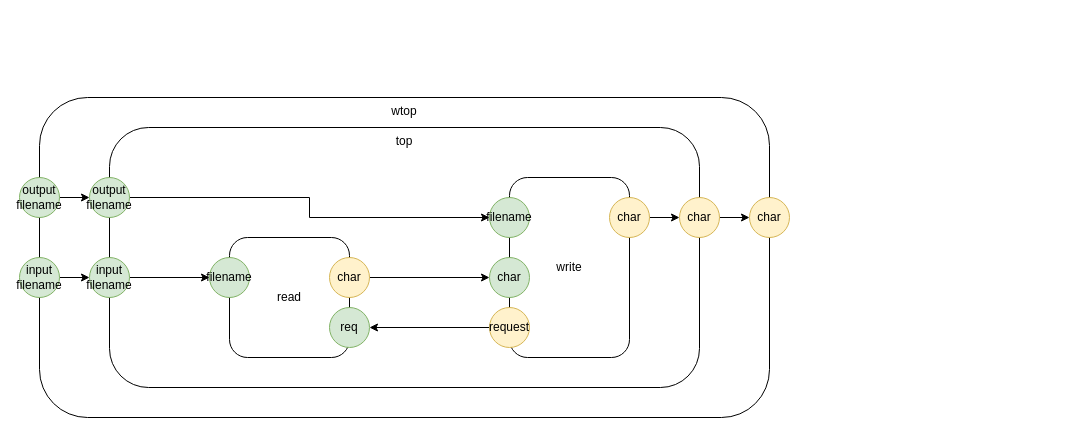
Earlier version of the draw.io diagram wcat.drawio (guitarvydas/duct). Source tidied: cells renumbered, new cells numbered last; positions are measured from the earlier drawing's top-left corner, leaving out a move shared by most shapes. Both pictures are drawn from the tidied source at 100%, with x=0, y=0 at pixel (19, 97).
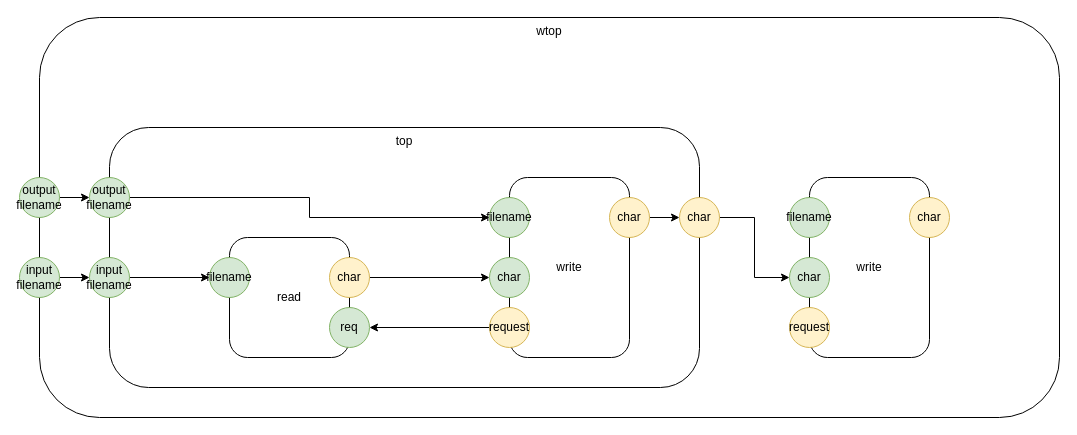
The same diagram, later.

Commit message (it also covers changes not shown here):
output port "char" on top

The change refers to these unchanged cells:
```xml
<mxCell id="25" value="char" style="ellipse;whiteSpace=wrap;html=1;fillColor=#fff2cc;strokeColor=#d6b656;" parent="1" vertex="1">
  <mxGeometry x="660" y="100" width="40" height="40" as="geometry" />
</mxCell>
```

The edit, as a diff of the source:
```diff
@@
     <mxCell id="2" value="wtop" style="rounded=1;whiteSpace=wrap;html=1;horizontal=1;verticalAlign=top;" parent="1" vertex="1">
-      <mxGeometry x="20" width="730" height="320" as="geometry" />
+      <mxGeometry x="20" y="-80" width="1020" height="400" as="geometry" />
     </mxCell>
@@
-    <mxCell id="24" style="edgeStyle=orthogonalEdgeStyle;rounded=0;jettySize=auto;html=1;exitX=1;exitY=0.5;exitDx=0;exitDy=0;entryX=0;entryY=0.5;entryDx=0;entryDy=0;" parent="1" edge="1" source="25" target="26">
-      <mxGeometry relative="1" as="geometry" />
-    </mxCell>
+    <mxCell id="27" style="edgeStyle=orthogonalEdgeStyle;rounded=0;jettySize=auto;html=1;exitX=1;exitY=0.5;exitDx=0;exitDy=0;entryX=0;entryY=0.5;entryDx=0;entryDy=0;" parent="1" edge="1" source="25" target="30">
+      <mxGeometry relative="1" as="geometry" />
+    </mxCell>
@@
+    <mxCell id="28" value="write" style="rounded=1;whiteSpace=wrap;html=1;" parent="1" vertex="1">
+      <mxGeometry x="790" y="80" width="120" height="180" as="geometry" />
+    </mxCell>
+    <mxCell id="29" value="filename" style="ellipse;whiteSpace=wrap;html=1;fillColor=#d5e8d4;strokeColor=#82b366;" parent="1" vertex="1">
+      <mxGeometry x="770" y="100" width="40" height="40" as="geometry" />
+    </mxCell>
+    <mxCell id="30" value="char" style="ellipse;whiteSpace=wrap;html=1;fillColor=#d5e8d4;strokeColor=#82b366;" parent="1" vertex="1">
+      <mxGeometry x="770" y="160" width="40" height="40" as="geometry" />
+    </mxCell>
+    <mxCell id="31" value="request" style="ellipse;whiteSpace=wrap;html=1;fillColor=#fff2cc;strokeColor=#d6b656;" parent="1" vertex="1">
+      <mxGeometry x="770" y="210" width="40" height="40" as="geometry" />
+    </mxCell>
     <mxCell id="26" value="char" style="ellipse;whiteSpace=wrap;html=1;fillColor=#fff2cc;strokeColor=#d6b656;" parent="1" vertex="1">
-      <mxGeometry x="730" y="100" width="40" height="40" as="geometry" />
+      <mxGeometry x="890" y="100" width="40" height="40" as="geometry" />
     </mxCell>
```
